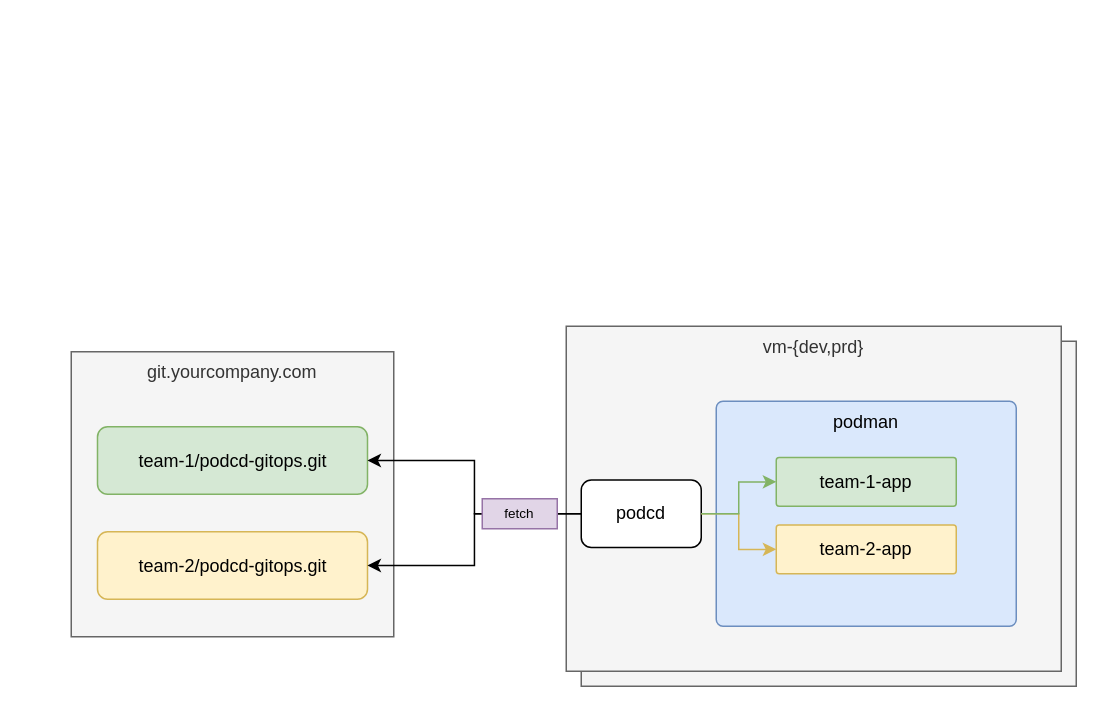
This is docs/diagrams/overview.drawio from podcd/podcd, a draw.io file, before an edit. Source tidied: cells renumbered, new cells numbered last; positions are measured from the earlier drawing's top-left corner, leaving out a move shared by most shapes. Both pictures are drawn from the tidied source at 150%, with x=0, y=0 at pixel (70, 326).
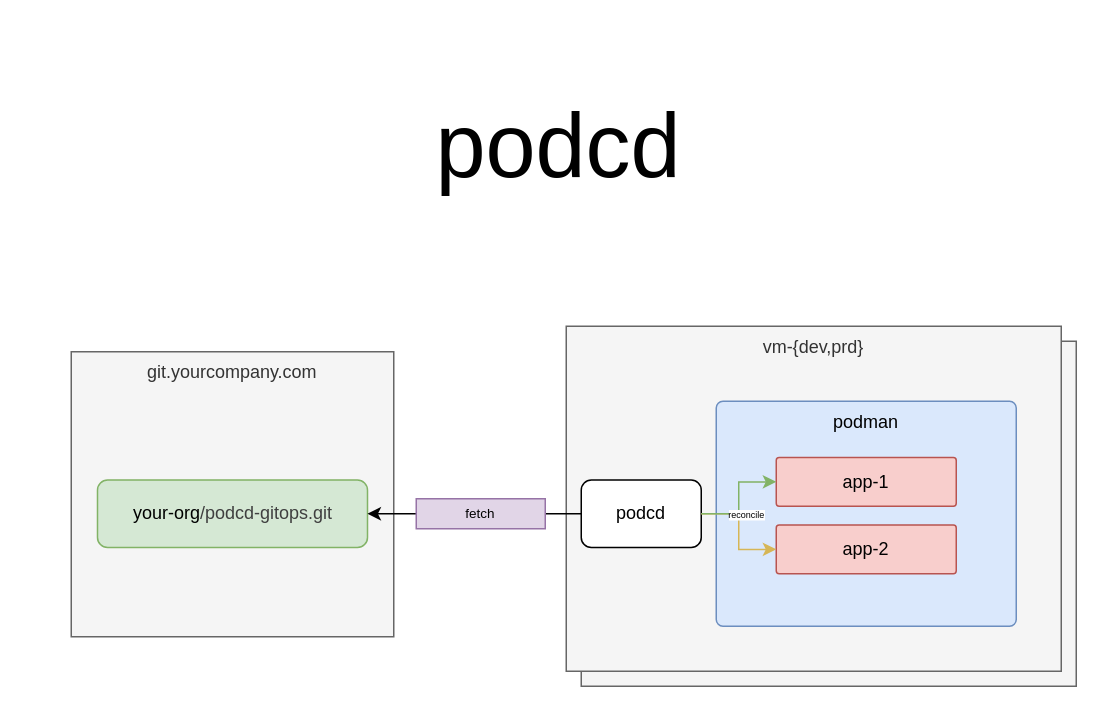
After the change.

Commit message (it also covers changes not shown here):
docs: bump diagrams

What changed in the source:
```diff
@@
 <mxGraphModel background="#ffffff">
   <root>
     <mxCell id="0" />
     <mxCell id="1" parent="0" />
     <mxCell id="2" value="vm-{dev,prd}" style="rounded=0;whiteSpace=wrap;html=1;verticalAlign=top;fillColor=#f5f5f5;fontColor=#333333;strokeColor=#666666;" parent="1" vertex="1">
       <mxGeometry x="340" y="10" width="330" height="230" as="geometry" />
     </mxCell>
     <mxCell id="3" value="git.yourcompany.com" style="rounded=0;whiteSpace=wrap;html=1;verticalAlign=top;fillColor=#f5f5f5;fontColor=#333333;strokeColor=#666666;" parent="1" vertex="1">
       <mxGeometry y="17" width="215" height="190" as="geometry" />
     </mxCell>
-    <mxCell id="4" value="team-1/podcd-gitops.git" style="rounded=1;whiteSpace=wrap;html=1;fillColor=#d5e8d4;strokeColor=#82b366;" parent="1" vertex="1">
-      <mxGeometry x="17.5" y="67" width="180" height="45" as="geometry" />
+    <mxCell id="4" value="your-org&lt;span style=&quot;color: rgb(63, 63, 63); background-color: transparent;&quot;&gt;/podcd-gitops.git&lt;/span&gt;" style="rounded=1;whiteSpace=wrap;html=1;fillColor=#d5e8d4;strokeColor=#82b366;" parent="1" vertex="1">
+      <mxGeometry x="17.5" y="102.5" width="180" height="45" as="geometry" />
     </mxCell>
-    <mxCell id="5" value="team-2/podcd-gitops.git" style="rounded=1;whiteSpace=wrap;html=1;fillColor=#fff2cc;strokeColor=#d6b656;" parent="1" vertex="1">
-      <mxGeometry x="17.5" y="137" width="180" height="45" as="geometry" />
-    </mxCell>
     <mxCell id="6" value="vm-{dev,prd}" style="rounded=0;whiteSpace=wrap;html=1;verticalAlign=top;fillColor=#f5f5f5;fontColor=#333333;strokeColor=#666666;" parent="1" vertex="1">
       <mxGeometry x="330" width="330" height="230" as="geometry" />
     </mxCell>
     <mxCell id="7" style="edgeStyle=orthogonalEdgeStyle;rounded=0;jettySize=auto;html=1;entryX=1;entryY=0.5;entryDx=0;entryDy=0;" parent="1" edge="1" source="9" target="4">
       <mxGeometry relative="1" as="geometry" />
     </mxCell>
-    <mxCell id="8" style="edgeStyle=orthogonalEdgeStyle;rounded=0;jettySize=auto;html=1;" parent="1" edge="1" source="9" target="5">
-      <mxGeometry relative="1" as="geometry" />
-    </mxCell>
     <mxCell id="9" value="podcd" style="rounded=1;whiteSpace=wrap;html=1;" parent="1" vertex="1">
       <mxGeometry x="340" y="102.5" width="80" height="45" as="geometry" />
     </mxCell>
     <mxCell id="10" value="podman" style="rounded=1;whiteSpace=wrap;html=1;arcSize=3;fillColor=#dae8fc;strokeColor=#6c8ebf;verticalAlign=top;" parent="1" vertex="1">
       <mxGeometry x="430" y="50" width="200" height="150" as="geometry" />
     </mxCell>
-    <mxCell id="11" value="team-1-app" style="rounded=1;whiteSpace=wrap;html=1;arcSize=6;fillColor=#d5e8d4;strokeColor=#82b366;" parent="1" vertex="1">
+    <mxCell id="11" value="app-1" style="rounded=1;whiteSpace=wrap;html=1;arcSize=6;fillColor=#f8cecc;strokeColor=#b85450;" parent="1" vertex="1">
       <mxGeometry x="470" y="87.5" width="120" height="32.5" as="geometry" />
     </mxCell>
-    <mxCell id="12" value="team-2-app" style="rounded=1;whiteSpace=wrap;html=1;arcSize=6;fillColor=#fff2cc;strokeColor=#d6b656;" parent="1" vertex="1">
+    <mxCell id="12" value="app-2" style="rounded=1;whiteSpace=wrap;html=1;arcSize=6;fillColor=#f8cecc;strokeColor=#b85450;" parent="1" vertex="1">
       <mxGeometry x="470" y="132.5" width="120" height="32.5" as="geometry" />
     </mxCell>
     <mxCell id="13" style="edgeStyle=orthogonalEdgeStyle;rounded=0;jettySize=auto;html=1;entryX=0;entryY=0.5;entryDx=0;entryDy=0;fillColor=#fff2cc;strokeColor=#d6b656;" parent="1" edge="1" source="9" target="12">
       <mxGeometry relative="1" as="geometry" />
     </mxCell>
     <mxCell id="14" style="edgeStyle=orthogonalEdgeStyle;rounded=0;jettySize=auto;html=1;entryX=0;entryY=0.5;entryDx=0;entryDy=0;fillColor=#d5e8d4;strokeColor=#82b366;" parent="1" edge="1" source="9" target="11">
       <mxGeometry relative="1" as="geometry" />
     </mxCell>
+    <mxCell id="16" value="reconcile" style="edgeLabel;html=1;align=center;verticalAlign=middle;fontSize=6;" parent="14" vertex="1">
+      <mxGeometry x="-0.51" relative="1" as="geometry">
+        <mxPoint x="12" as="offset" />
+      </mxGeometry>
+    </mxCell>
     <mxCell id="15" value="fetch" style="rounded=0;whiteSpace=wrap;html=1;fontSize=9;fillColor=#e1d5e7;strokeColor=#9673a6;" parent="1" vertex="1">
-      <mxGeometry x="274" y="115" width="50" height="20" as="geometry" />
+      <mxGeometry x="230" y="115" width="86" height="20" as="geometry" />
     </mxCell>
+    <mxCell id="17" value="&lt;font style=&quot;font-size: 60px;&quot;&gt;podcd&lt;/font&gt;" style="text;html=1;whiteSpace=wrap;strokeColor=none;fillColor=none;align=center;verticalAlign=middle;rounded=0;" parent="1" vertex="1">
+      <mxGeometry x="-30" y="-200" width="710" height="160" as="geometry" />
+    </mxCell>
   </root>
 </mxGraphModel>
```
